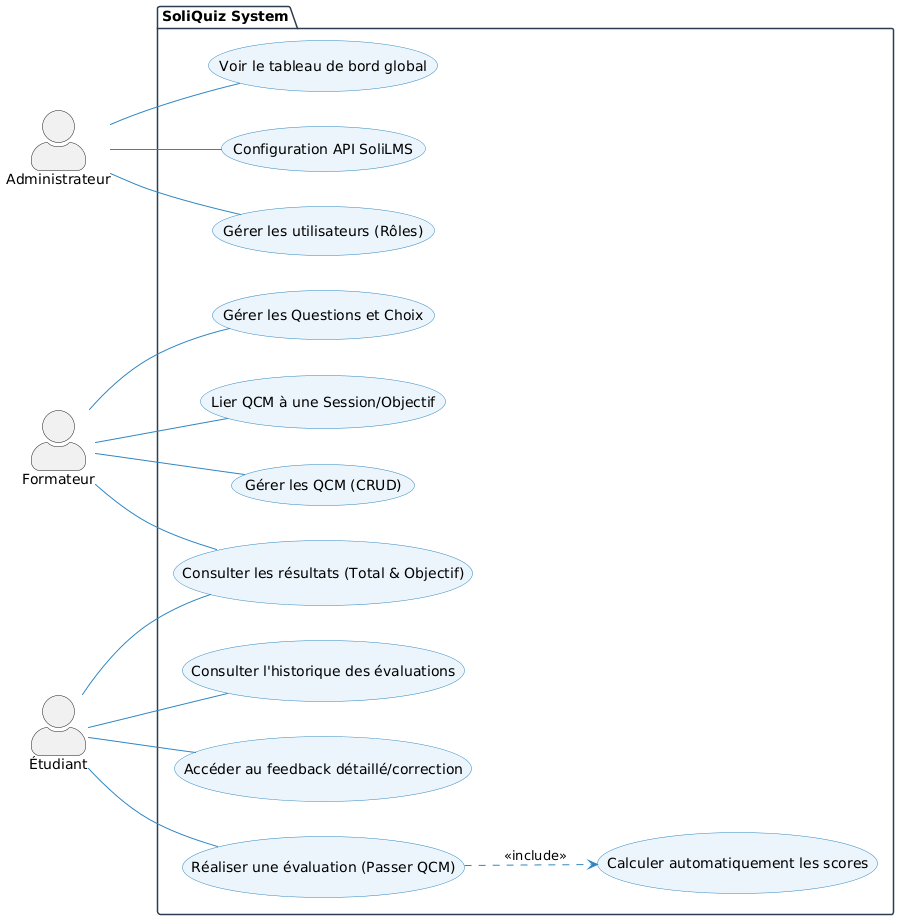
Before: images/cas-utilisation-global.png, a diagram exported from PlantUML (SoliQuiz/Rapport).
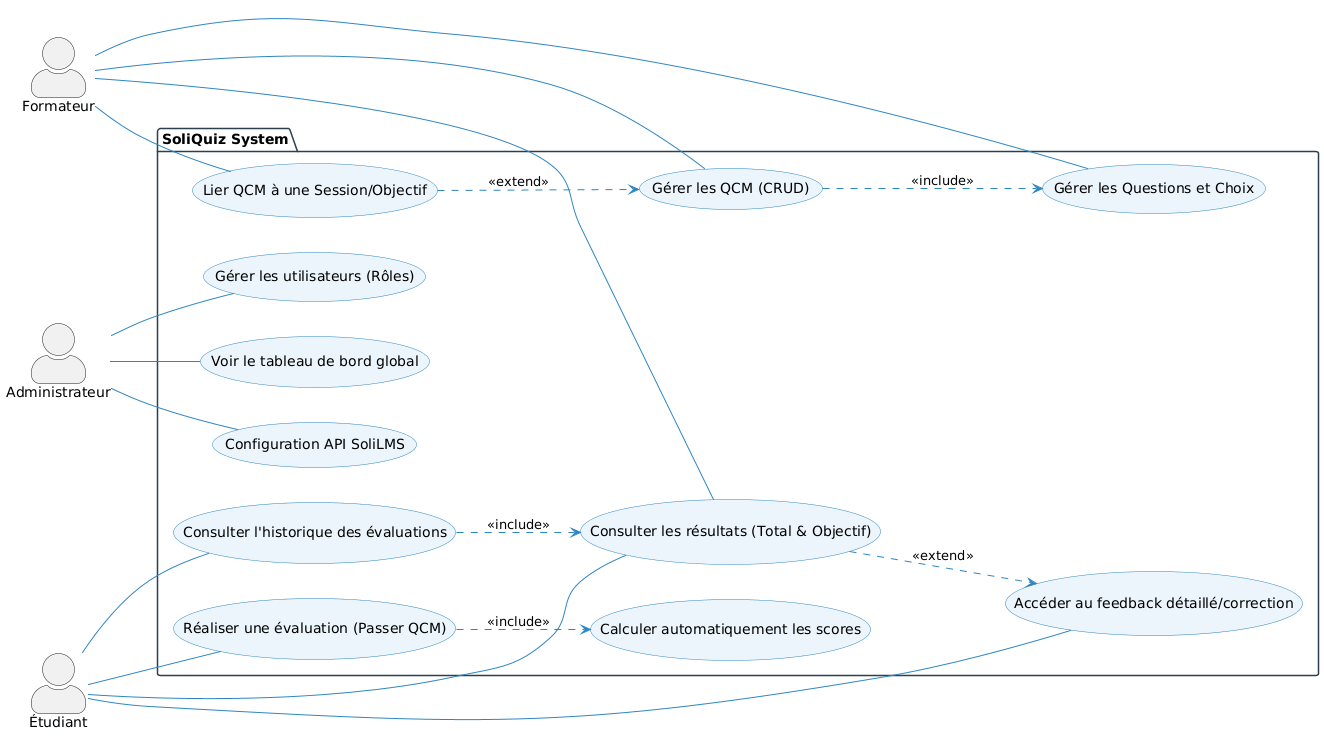
The same diagram one commit later.

Commit message:
docs: Add use case diagrams for global overview and sprint 1 and 2 progress.

The edit, as a diff of the source:
```diff
@@ -1,22 +1,18 @@
 @startuml
 skinparam actorStyle awesome
 left to right direction
-
 skinparam package {
     BackgroundColor White
     BorderColor #2C3E50
 }
-
 skinparam usecase {
     BackgroundColor #EBF5FB
     BorderColor #2E86C1
     ArrowColor #2E86C1
 }
-
 actor "Administrateur" as A
 actor "Formateur" as F
 actor "Étudiant" as E
-
 package "SoliQuiz System" {
     usecase "Gérer les utilisateurs (Rôles)" as UC9
     usecase "Voir le tableau de bord global" as UC10
@@ -30,20 +26,20 @@
     usecase "Consulter l'historique des évaluations" as UC7
     usecase "Accéder au feedback détaillé/correction" as UC8
 }
-
 A -- UC9
 A -- UC10
 A -- UC11
-
 F -- UC1
 F -- UC2
 F -- UC3
 F -- UC5
-
 E -- UC4
 E -- UC5
 E -- UC7
 E -- UC8
-
+UC1 ..> UC2 : <<include>>
+UC3 ..> UC1 : <<extend>>
 UC4 ..> UC6 : <<include>>
+UC5 ..> UC8 : <<extend>>
+UC7 ..> UC5 : <<include>>
 @enduml
```
